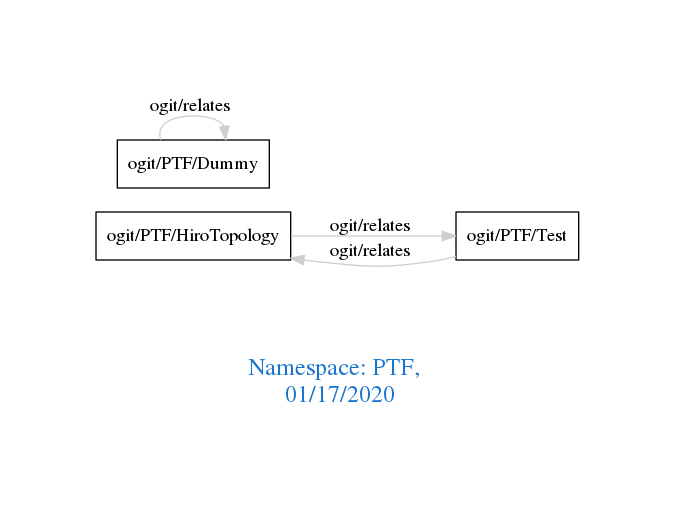
Above: downloads/PTF.png in arago/OGIT (Graphviz), before the change. Its source is kept beside it as downloads/PTF.dot.
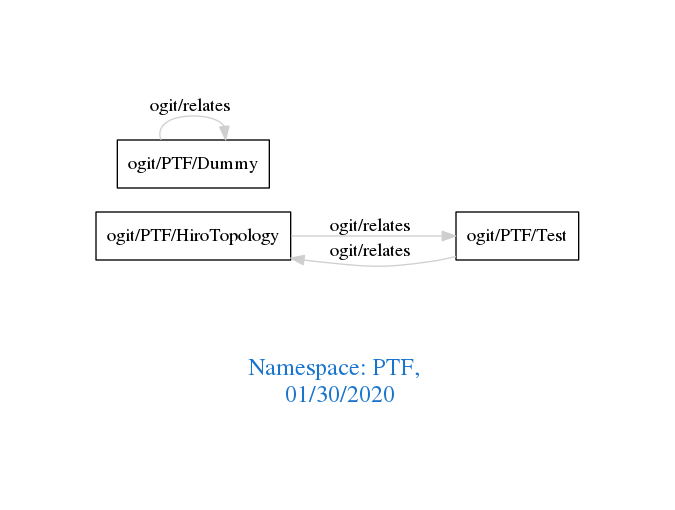
After the commit.

What changed in the source:
```diff
@@ -1,7 +1,7 @@
 digraph OGIT_ontology {
  graph [ rankdir= LR,pad=1
 fontsize = 18,
-fontcolor= dodgerblue3,label = "\n\n\nNamespace: PTF, \n 01/17/2020"];
+fontcolor= dodgerblue3,label = "\n\n\nNamespace: PTF, \n 01/30/2020"];
 node[shape=polygon];
 edge [  color="gray81"];
 
```
